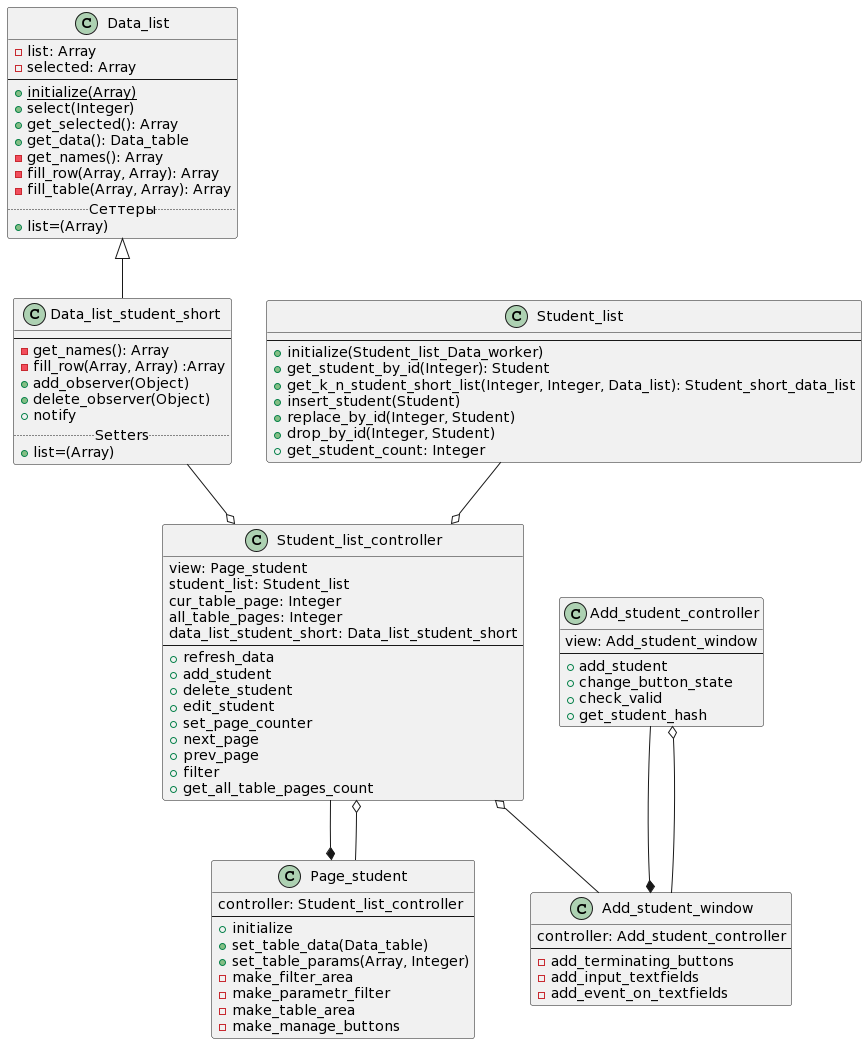
VitalijGolovij/PatternProgLabs keeps this PlantUML diagram as Lab2/Student/diagrams/MVC.png. Above is the earlier version.
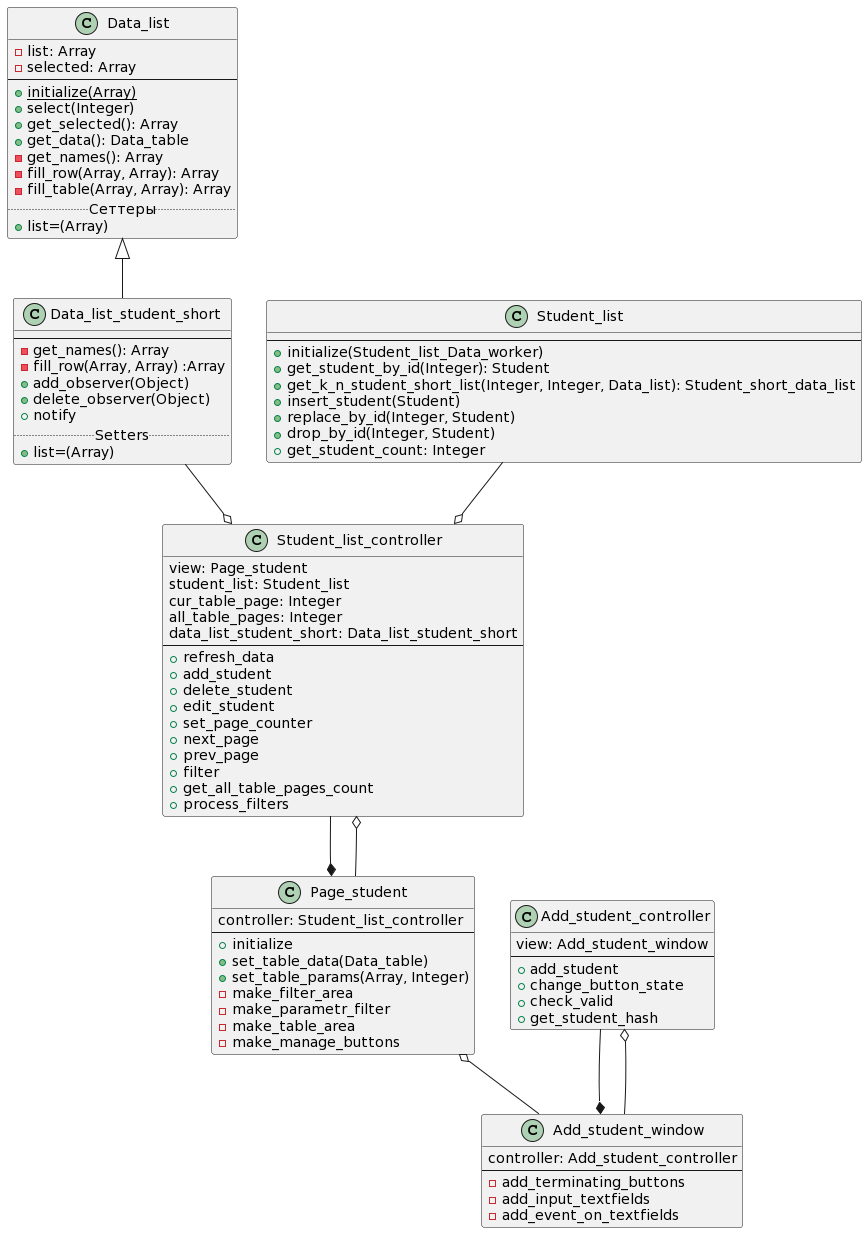
The same file after the commit.

The edit, as a diff of the source:
```diff
@@ -68,6 +68,7 @@
 +prev_page
 +filter
 +get_all_table_pages_count
++process_filters
 }
 
 class Add_student_window
@@ -94,7 +95,7 @@
 Student_list_controller o-- Page_student
 Student_list --o Student_list_controller
 Data_list_student_short --o Student_list_controller
-Student_list_controller o-- Add_student_window
+Page_student o-- Add_student_window
 Add_student_controller --* Add_student_window
 Add_student_controller o-- Add_student_window
 @enduml
```
